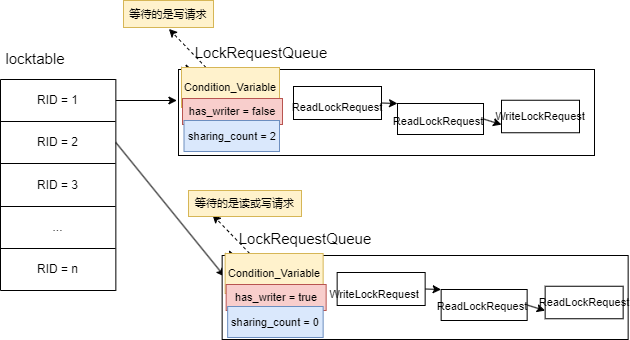
Earlier version of the draw.io export CMU15445/concurrency_control.drawio.png (SixPlusAndTimes/drawio). Source tidied: cells renumbered, new cells last; positions are measured from the earlier drawing's top-left corner, leaving out a move shared by most shapes.
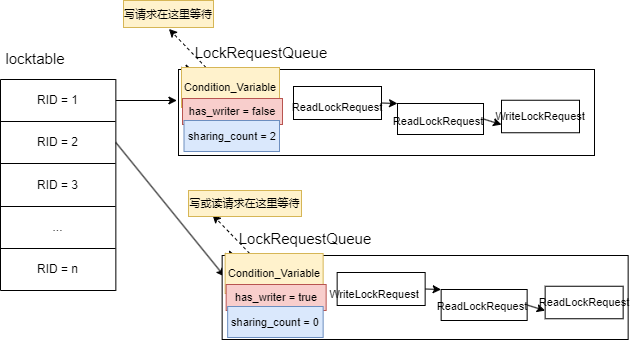
After the change.

Change to the diagram source:
```diff
@@ -93,7 +93,7 @@
     <mxCell id="30" value="&lt;span style=&quot;font-size: 11px;&quot;&gt;WriteLockRequest&lt;/span&gt;" style="text;html=1;strokeColor=none;fillColor=none;align=center;verticalAlign=middle;whiteSpace=wrap;rounded=0;fontSize=15;" parent="1" vertex="1">
       <mxGeometry x="503" y="99.8" width="74" height="27.5" as="geometry" />
     </mxCell>
-    <mxCell id="31" value="等待的是写请求" style="rounded=0;whiteSpace=wrap;html=1;fontSize=11;fillColor=#fff2cc;strokeColor=#d6b656;" parent="1" vertex="1">
+    <mxCell id="31" value="写请求在这里等待" style="rounded=0;whiteSpace=wrap;html=1;fontSize=11;fillColor=#fff2cc;strokeColor=#d6b656;" parent="1" vertex="1">
       <mxGeometry x="123" width="90" height="27" as="geometry" />
     </mxCell>
     <mxCell id="32" style="rounded=0;jettySize=auto;html=1;exitX=1;exitY=0.5;exitDx=0;exitDy=0;fontSize=15;" parent="1" edge="1" source="5">
@@ -151,7 +151,7 @@
     <mxCell id="48" value="&lt;span style=&quot;font-size: 11px;&quot;&gt;ReadLockRequest&lt;/span&gt;" style="text;html=1;strokeColor=none;fillColor=none;align=center;verticalAlign=middle;whiteSpace=wrap;rounded=0;fontSize=15;" parent="1" vertex="1">
       <mxGeometry x="546.6" y="285.8" width="74" height="27.5" as="geometry" />
     </mxCell>
-    <mxCell id="49" value="等待的是读或写请求" style="rounded=0;whiteSpace=wrap;html=1;fontSize=11;fillColor=#fff2cc;strokeColor=#d6b656;" parent="1" vertex="1">
+    <mxCell id="49" value="写或读请求在这里等待" style="rounded=0;whiteSpace=wrap;html=1;fontSize=11;fillColor=#fff2cc;strokeColor=#d6b656;" parent="1" vertex="1">
       <mxGeometry x="188" y="190" width="113" height="26" as="geometry" />
     </mxCell>
   </root>
```
